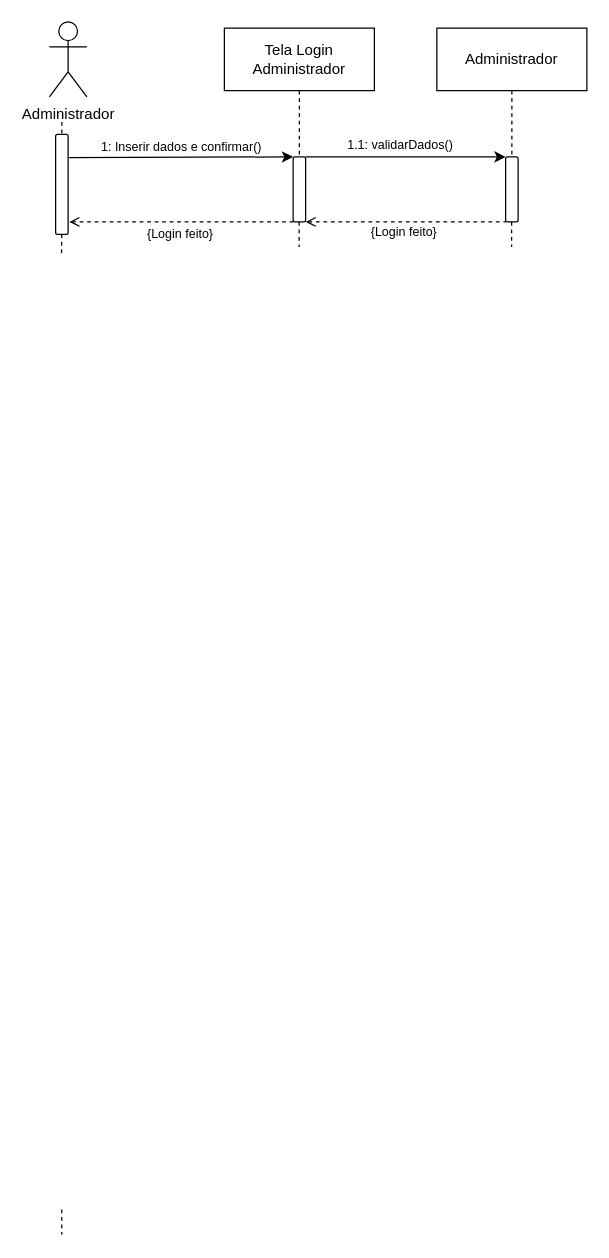
Above: Diagramas/Eng_de_Software/Modelos/Sequencia/Autenticar_Administrador.drawio in GabrielGMori/trabalho-conclus-o-ano (draw.io), before the change. Source tidied: cells renumbered, new cells numbered last; positions are measured from the earlier drawing's top-left corner, leaving out a move shared by most shapes. Both pictures are drawn from the tidied source at 125%, with x=0, y=0 at pixel (49, 21).
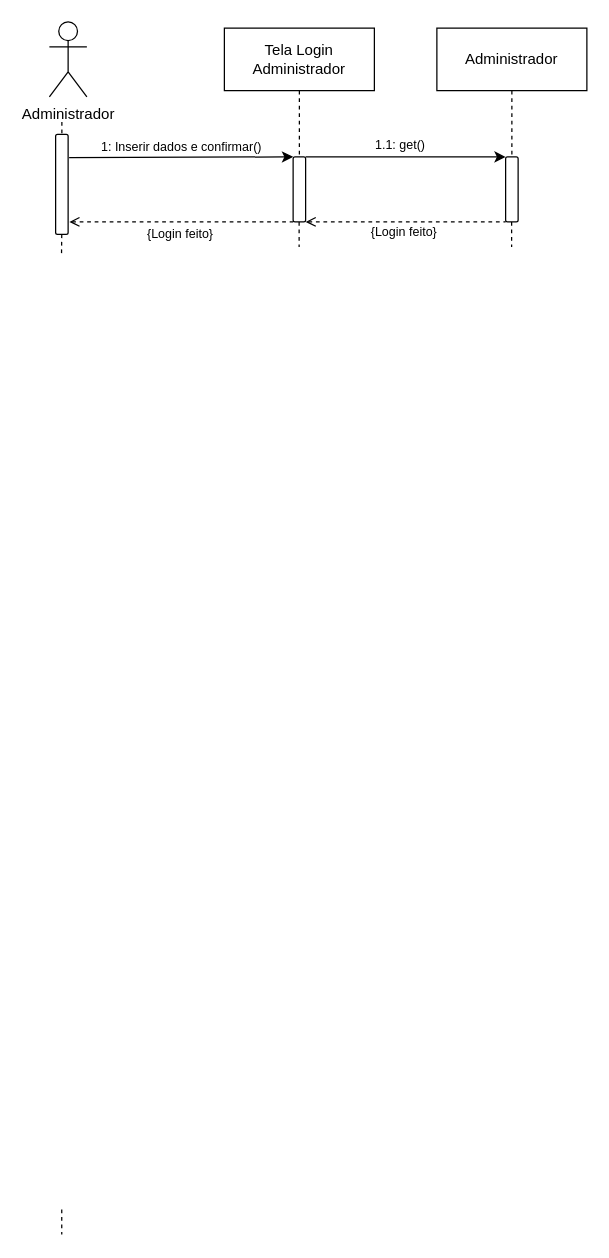
After the change.

Diff of the diagram source:
```diff
@@
-    <mxCell id="17" value="&lt;font&gt;1.1: validarDados&lt;/font&gt;&lt;font&gt;()&lt;/font&gt;" style="text;html=1;align=center;verticalAlign=middle;whiteSpace=wrap;rounded=0;fontSize=10;" parent="1" vertex="1">
+    <mxCell id="17" value="&lt;font&gt;1.1: get&lt;/font&gt;&lt;font&gt;()&lt;/font&gt;" style="text;html=1;align=center;verticalAlign=middle;whiteSpace=wrap;rounded=0;fontSize=10;" parent="1" vertex="1">
       <mxGeometry x="201" y="88" width="160" height="20" as="geometry" />
     </mxCell>
```
